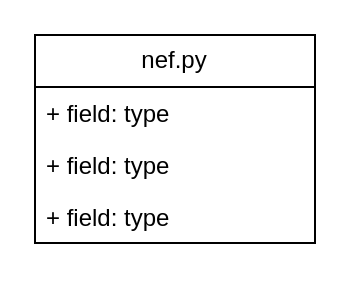
The draw.io diagram Diagramma senza titolo.drawio in gio8134/flask-test, before the edit. Source tidied: cells renumbered, new cells numbered last; positions are measured from the earlier drawing's top-left corner, leaving out a move shared by most shapes. Both pictures are drawn from the tidied source at 200%, with x=0, y=0 at pixel (34, 34).
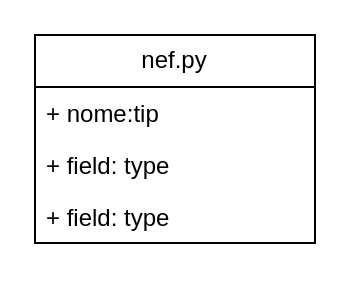
Above is the later version.

What changed in the source:
```diff
@@
 <mxGraphModel>
   <root>
     <mxCell id="0" />
     <mxCell id="1" parent="0" />
     <mxCell id="2" value="nef.py" style="swimlane;fontStyle=0;horizontal=1;startSize=26;fillColor=none;whiteSpace=wrap;html=1;" parent="1" vertex="1">
       <mxGeometry width="140" height="104" as="geometry" />
     </mxCell>
-    <mxCell id="3" value="+ field: type" style="text;strokeColor=none;fillColor=none;align=left;verticalAlign=top;spacingLeft=4;spacingRight=4;overflow=hidden;whiteSpace=wrap;html=1;" parent="2" vertex="1">
+    <mxCell id="3" value="+ nome:tip" style="text;strokeColor=none;fillColor=none;align=left;verticalAlign=top;spacingLeft=4;spacingRight=4;overflow=hidden;whiteSpace=wrap;html=1;" parent="2" vertex="1">
       <mxGeometry y="26" width="140" height="26" as="geometry" />
     </mxCell>
     <mxCell id="4" value="+ field: type" style="text;strokeColor=none;fillColor=none;align=left;verticalAlign=top;spacingLeft=4;spacingRight=4;overflow=hidden;whiteSpace=wrap;html=1;" parent="2" vertex="1">
       <mxGeometry y="52" width="140" height="26" as="geometry" />
     </mxCell>
     <mxCell id="5" value="+ field: type" style="text;strokeColor=none;fillColor=none;align=left;verticalAlign=top;spacingLeft=4;spacingRight=4;overflow=hidden;whiteSpace=wrap;html=1;" parent="2" vertex="1">
       <mxGeometry y="78" width="140" height="26" as="geometry" />
     </mxCell>
   </root>
 </mxGraphModel>
```
